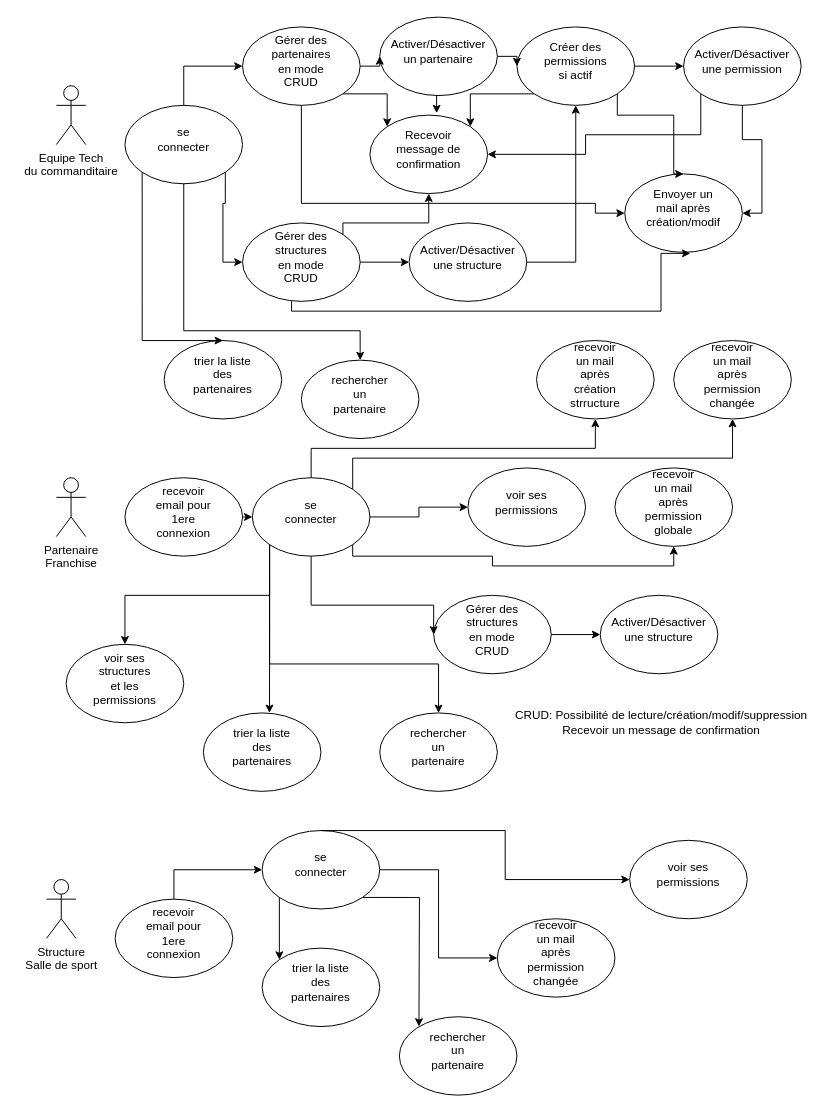
cyrisa02/diagrammes-UML keeps this draw.io diagram as PlanetBody/fonctionnalités.drawio. Above is the earlier version. Source tidied: cells renumbered, new cells numbered last; positions are measured from the earlier drawing's top-left corner, leaving out a move shared by most shapes. Both pictures are drawn from the tidied source at 98%, with x=0, y=0 at pixel (46, 17).
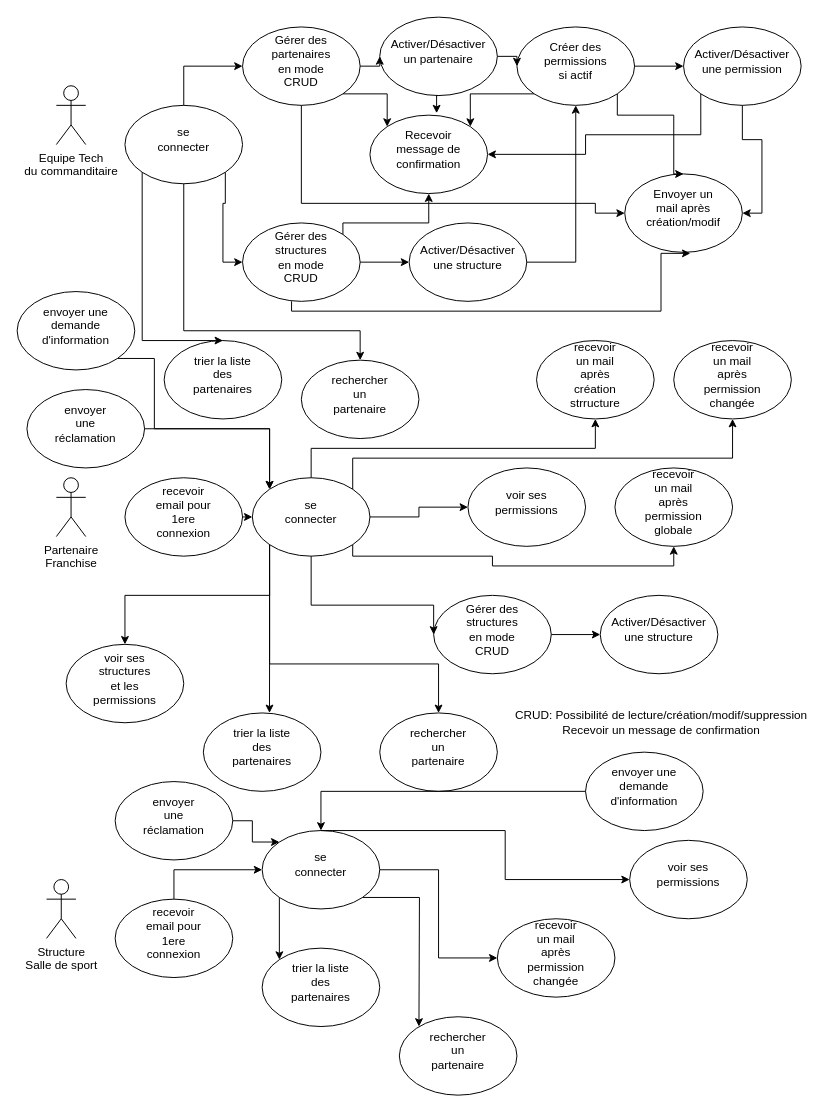
The same diagram, later.

Commit message:
Mettre à jour fonctionnalités.drawio

Unchanged cells that the change refers to:
```xml
<mxCell id="44" style="ellipse;whiteSpace=wrap;html=1;" parent="43" vertex="1">
  <mxGeometry width="120" height="80" as="geometry" />
</mxCell>
<mxCell id="86" style="ellipse;whiteSpace=wrap;html=1;" parent="85" vertex="1">
  <mxGeometry width="120" height="80" as="geometry" />
</mxCell>
```

Change to the diagram source:
```diff
@@
+    <mxCell id="123" style="group;" parent="1" vertex="1">
+      <mxGeometry x="550" y="750" width="120" height="80" as="geometry" />
+    </mxCell>
+    <mxCell id="124" style="ellipse;whiteSpace=wrap;html=1;" parent="123" vertex="1">
+      <mxGeometry width="120" height="80" as="geometry" />
+    </mxCell>
+    <mxCell id="125" value="envoyer une demande d'information" style="text;html=1;strokeColor=none;fillColor=none;align=center;verticalAlign=middle;whiteSpace=wrap;rounded=0;" parent="123" vertex="1">
+      <mxGeometry x="30" y="20" width="60" height="30" as="geometry" />
+    </mxCell>
+    <mxCell id="126" style="group;" parent="1" vertex="1">
+      <mxGeometry x="70" y="780" width="120" height="80" as="geometry" />
+    </mxCell>
+    <mxCell id="127" style="ellipse;whiteSpace=wrap;html=1;" parent="126" vertex="1">
+      <mxGeometry width="120" height="80" as="geometry" />
+    </mxCell>
+    <mxCell id="128" value="envoyer une réclamation" style="text;html=1;strokeColor=none;fillColor=none;align=center;verticalAlign=middle;whiteSpace=wrap;rounded=0;" parent="126" vertex="1">
+      <mxGeometry x="30" y="20" width="60" height="30" as="geometry" />
+    </mxCell>
+    <mxCell id="129" style="edgeStyle=orthogonalEdgeStyle;rounded=0;jettySize=auto;html=1;exitX=1;exitY=0.5;exitDx=0;exitDy=0;entryX=0;entryY=0;entryDx=0;entryDy=0;" parent="1" edge="1" source="127" target="86">
+      <mxGeometry relative="1" as="geometry" />
+    </mxCell>
+    <mxCell id="130" style="edgeStyle=orthogonalEdgeStyle;rounded=0;jettySize=auto;html=1;exitX=0;exitY=0.5;exitDx=0;exitDy=0;entryX=0.5;entryY=0;entryDx=0;entryDy=0;" parent="1" edge="1" source="124" target="86">
+      <mxGeometry relative="1" as="geometry" />
+    </mxCell>
+    <mxCell id="131" style="group;" parent="1" vertex="1">
+      <mxGeometry x="-20" y="380" width="120" height="80" as="geometry" />
+    </mxCell>
+    <mxCell id="132" style="ellipse;whiteSpace=wrap;html=1;" parent="131" vertex="1">
+      <mxGeometry width="120" height="80" as="geometry" />
+    </mxCell>
+    <mxCell id="133" value="envoyer une réclamation" style="text;html=1;strokeColor=none;fillColor=none;align=center;verticalAlign=middle;whiteSpace=wrap;rounded=0;" parent="131" vertex="1">
+      <mxGeometry x="30" y="20" width="60" height="30" as="geometry" />
+    </mxCell>
+    <mxCell id="134" style="edgeStyle=orthogonalEdgeStyle;rounded=0;jettySize=auto;html=1;exitX=1;exitY=0.5;exitDx=0;exitDy=0;entryX=0;entryY=0;entryDx=0;entryDy=0;" parent="1" edge="1" source="132" target="44">
+      <mxGeometry relative="1" as="geometry" />
+    </mxCell>
+    <mxCell id="135" style="group;" parent="1" vertex="1">
+      <mxGeometry x="-30" y="280" width="120" height="80" as="geometry" />
+    </mxCell>
+    <mxCell id="136" style="ellipse;whiteSpace=wrap;html=1;" parent="135" vertex="1">
+      <mxGeometry width="120" height="80" as="geometry" />
+    </mxCell>
+    <mxCell id="137" value="envoyer une demande d'information" style="text;html=1;strokeColor=none;fillColor=none;align=center;verticalAlign=middle;whiteSpace=wrap;rounded=0;" parent="135" vertex="1">
+      <mxGeometry x="30" y="20" width="60" height="30" as="geometry" />
+    </mxCell>
+    <mxCell id="138" style="edgeStyle=orthogonalEdgeStyle;rounded=0;jettySize=auto;html=1;exitX=1;exitY=1;exitDx=0;exitDy=0;entryX=0;entryY=0;entryDx=0;entryDy=0;" parent="1" edge="1" source="136" target="44">
+      <mxGeometry relative="1" as="geometry">
+        <Array as="points">
+          <mxPoint x="110" y="348" />
+          <mxPoint x="110" y="420" />
+          <mxPoint x="228" y="420" />
+        </Array>
+      </mxGeometry>
+    </mxCell>
```
